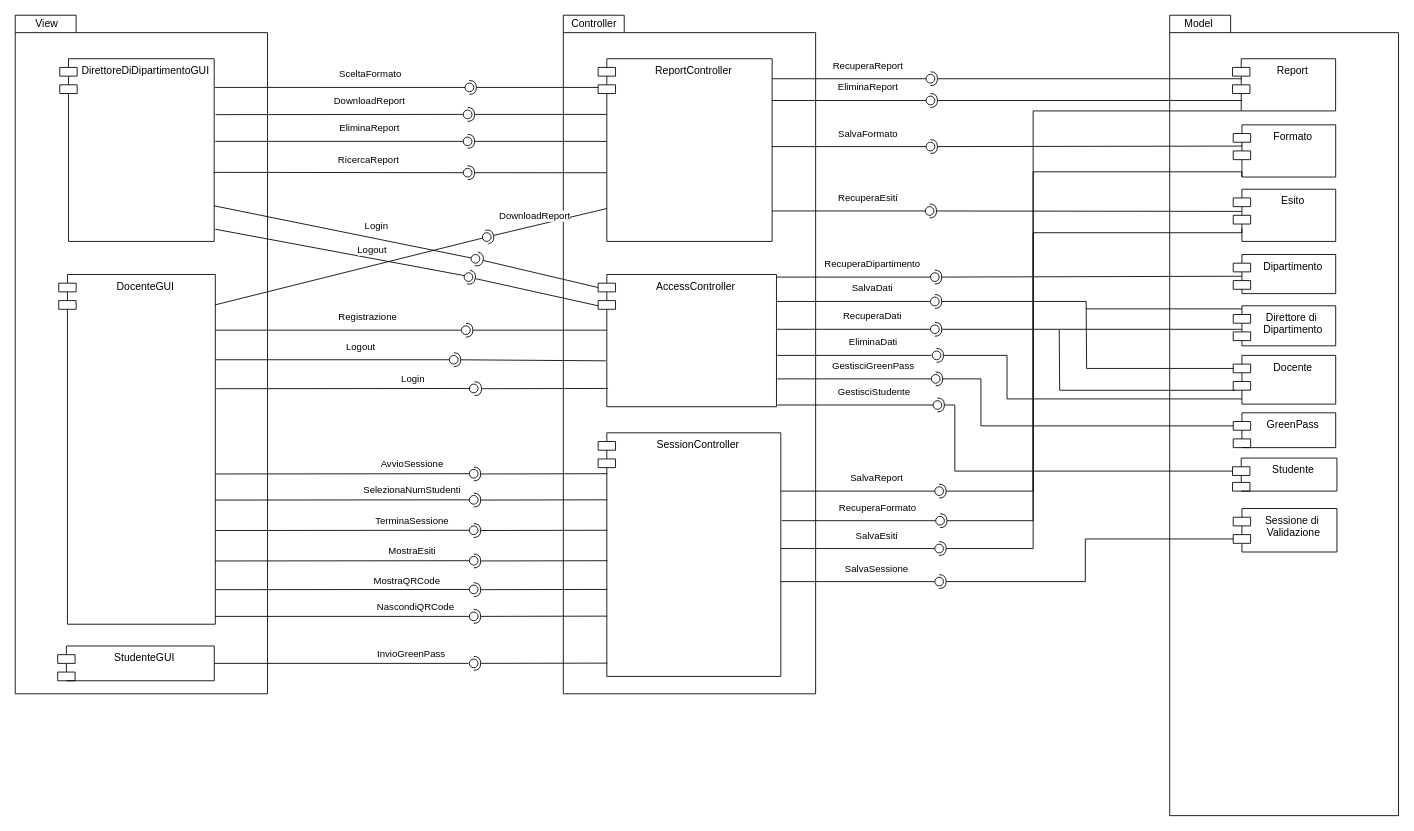
The draw.io diagram Documentazione/Resources/ServiziSottosistemi.drawio in Alberto-00/EasyPass, before the edit. Source tidied: cells renumbered, new cells numbered last; positions are measured from the earlier drawing's top-left corner, leaving out a move shared by most shapes. Both pictures are drawn from the tidied source at 87%, with x=0, y=0 at pixel (15, 15).
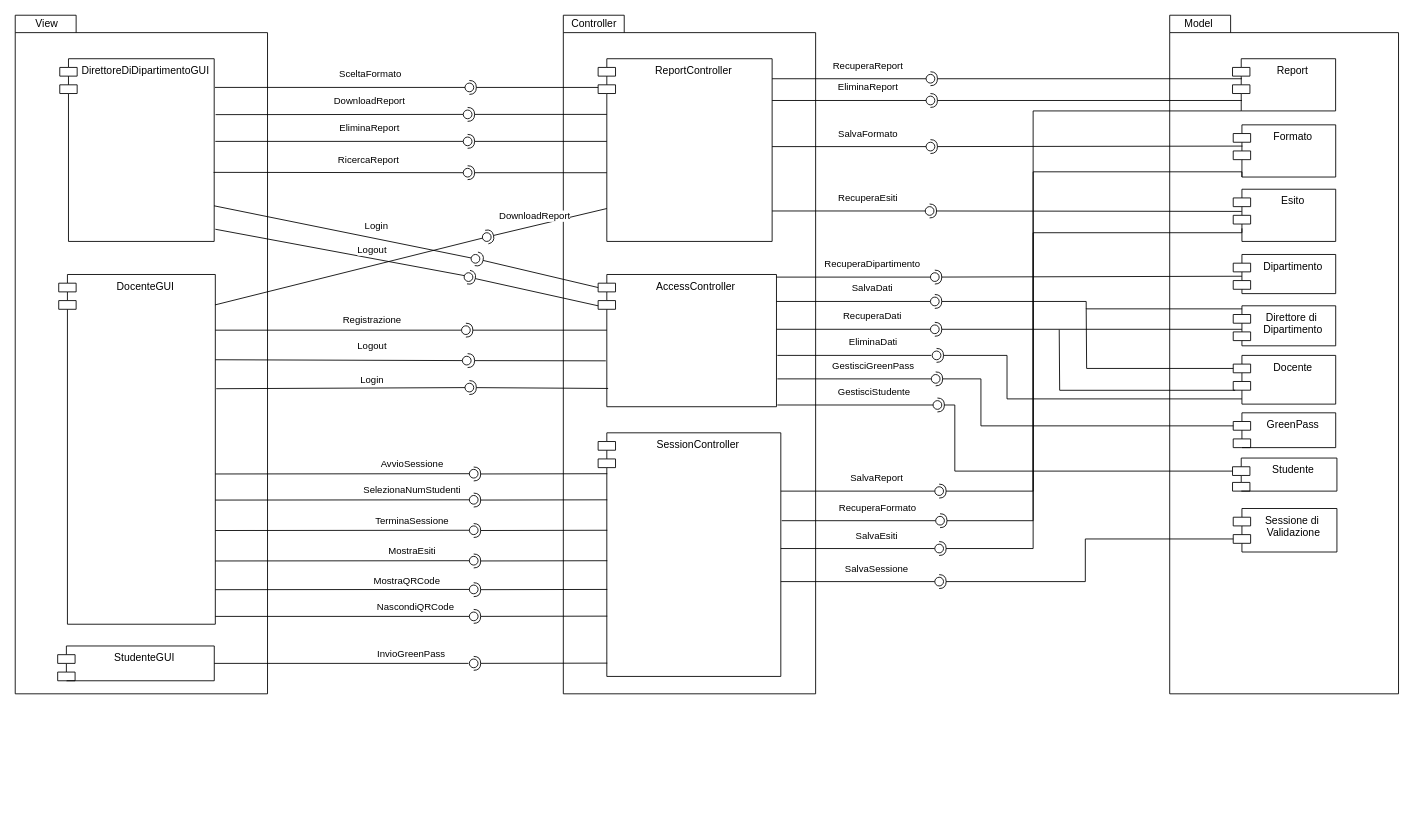
The same diagram, later.

Commit message (it also covers changes not shown here):
Update finale ServiziSottosistemi

Unchanged cells that the change refers to:
```xml
<mxCell id="21" value="AccessController" style="shape=module;align=left;spacingLeft=20;align=center;verticalAlign=top;" parent="1" vertex="1">
  <mxGeometry x="670" y="298" width="205" height="152" as="geometry" />
</mxCell>
<mxCell id="47" style="ellipse;whiteSpace=wrap;html=1;align=center;points=[];outlineConnect=0;sketch=0;" parent="1" vertex="1">
  <mxGeometry x="513" y="357" width="10" height="10" as="geometry" />
</mxCell>
```

The edit, as a diff of the source:
```diff
@@
     <mxCell id="4" style="shape=folder;fontStyle=1;spacingTop=10;tabWidth=70;tabHeight=20;tabPosition=left;html=1;" parent="1" vertex="1">
-      <mxGeometry x="1327" width="263" height="920" as="geometry" />
+      <mxGeometry x="1327" width="263" height="780" as="geometry" />
     </mxCell>
@@
-    <mxCell id="25" style="ellipse;whiteSpace=wrap;html=1;align=center;sketch=0;" parent="1" vertex="1">
-      <mxGeometry x="522" y="424" width="10" height="10" as="geometry" />
-    </mxCell>
@@
     <mxCell id="28" value="Logout" style="rounded=0;jettySize=auto;html=1;endArrow=none;endFill=0;sketch=0;sourcePerimeterSpacing=0;targetPerimeterSpacing=0;" parent="1" edge="1" target="30">
-      <mxGeometry x="0.24" y="15" relative="1" as="geometry">
+      <mxGeometry x="0.27" y="17" relative="1" as="geometry">
         <mxPoint x="230" y="396" as="sourcePoint" />
       </mxGeometry>
     </mxCell>
-    <mxCell id="29" style="rounded=0;jettySize=auto;html=1;endArrow=halfCircle;endFill=0;entryX=0.5;entryY=0.5;endSize=6;strokeWidth=1;sketch=0;exitX=0.043;exitY=0.653;exitDx=0;exitDy=0;exitPerimeter=0;" parent="1" edge="1" source="21" target="30">
-      <mxGeometry relative="1" as="geometry" />
+    <mxCell id="29" style="rounded=0;jettySize=auto;html=1;endArrow=halfCircle;endFill=0;endSize=6;strokeWidth=1;sketch=0;exitX=0.043;exitY=0.653;exitDx=0;exitDy=0;exitPerimeter=0;" parent="1" edge="1" source="21">
+      <mxGeometry relative="1" as="geometry">
+        <mxPoint x="520" y="397" as="targetPoint" />
+      </mxGeometry>
     </mxCell>
     <mxCell id="30" style="ellipse;whiteSpace=wrap;html=1;align=center;points=[];outlineConnect=0;sketch=0;" parent="1" vertex="1">
-      <mxGeometry x="499" y="391" width="10" height="10" as="geometry" />
+      <mxGeometry x="514" y="392" width="10" height="10" as="geometry" />
     </mxCell>
@@
     <mxCell id="45" value="Registrazione" style="rounded=0;jettySize=auto;html=1;endArrow=none;endFill=0;sketch=0;sourcePerimeterSpacing=0;targetPerimeterSpacing=0;" parent="1" edge="1" target="47">
-      <mxGeometry x="0.24" y="15" relative="1" as="geometry">
+      <mxGeometry x="0.27" y="12" relative="1" as="geometry">
         <mxPoint x="230" y="362" as="sourcePoint" />
       </mxGeometry>
     </mxCell>
@@
     <mxCell id="108" style="rounded=0;orthogonalLoop=1;jettySize=auto;html=1;endArrow=halfCircle;endFill=0;endSize=6;strokeWidth=1;sketch=0;exitX=0.05;exitY=0.953;exitDx=0;exitDy=0;exitPerimeter=0;" parent="1" edge="1">
       <mxGeometry relative="1" as="geometry">
         <mxPoint x="681.5" y="429" as="sourcePoint" />
-        <mxPoint x="528" y="429.3" as="targetPoint" />
+        <mxPoint x="522" y="428" as="targetPoint" />
       </mxGeometry>
     </mxCell>
-    <mxCell id="109" value="Login" style="rounded=0;orthogonalLoop=1;jettySize=auto;html=1;endArrow=none;endFill=0;sketch=0;sourcePerimeterSpacing=0;exitX=1;exitY=1;exitDx=0;exitDy=0;" parent="1" edge="1">
-      <mxGeometry x="0.55" y="11" relative="1" as="geometry">
-        <mxPoint x="231" y="429.3" as="sourcePoint" />
-        <mxPoint x="523" y="429" as="targetPoint" />
-      </mxGeometry>
-    </mxCell>
@@
+    <mxCell id="109" value="Login" style="rounded=0;jettySize=auto;html=1;endArrow=none;endFill=0;sketch=0;sourcePerimeterSpacing=0;exitX=1;exitY=1;exitDx=0;exitDy=0;" parent="1" edge="1" target="120">
+      <mxGeometry x="0.25" y="9" relative="1" as="geometry">
+        <mxPoint x="231" y="429.3" as="sourcePoint" />
+      </mxGeometry>
+    </mxCell>
+    <mxCell id="120" style="ellipse;whiteSpace=wrap;html=1;align=center;points=[];outlineConnect=0;sketch=0;" parent="1" vertex="1">
+      <mxGeometry x="517" y="423" width="10" height="10" as="geometry" />
+    </mxCell>
```
